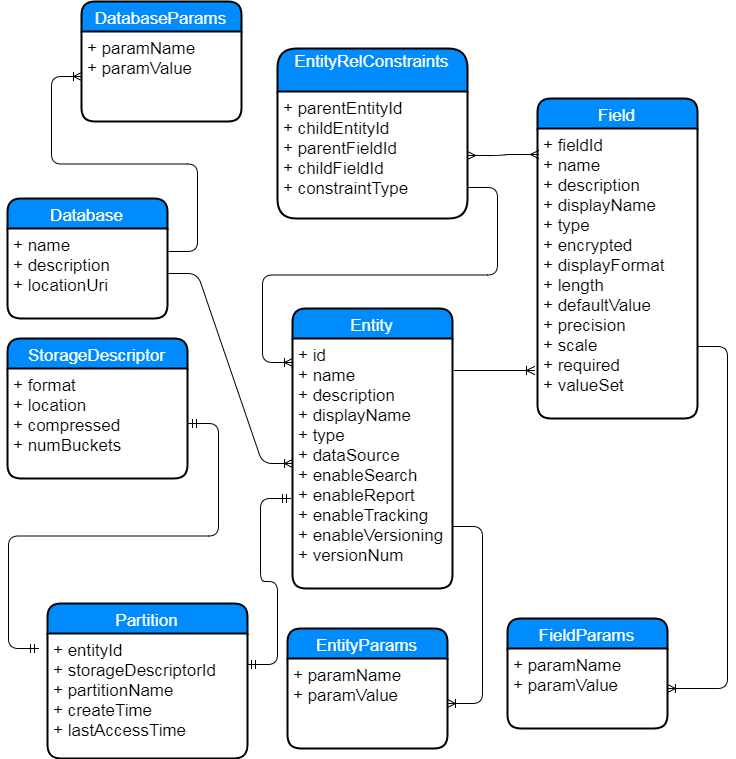
Earlier version of the draw.io export entity.png (sandhyaagarwal/diagrams). Source tidied: cells renumbered, new cells last; positions are measured from the earlier drawing's top-left corner, leaving out a move shared by most shapes.
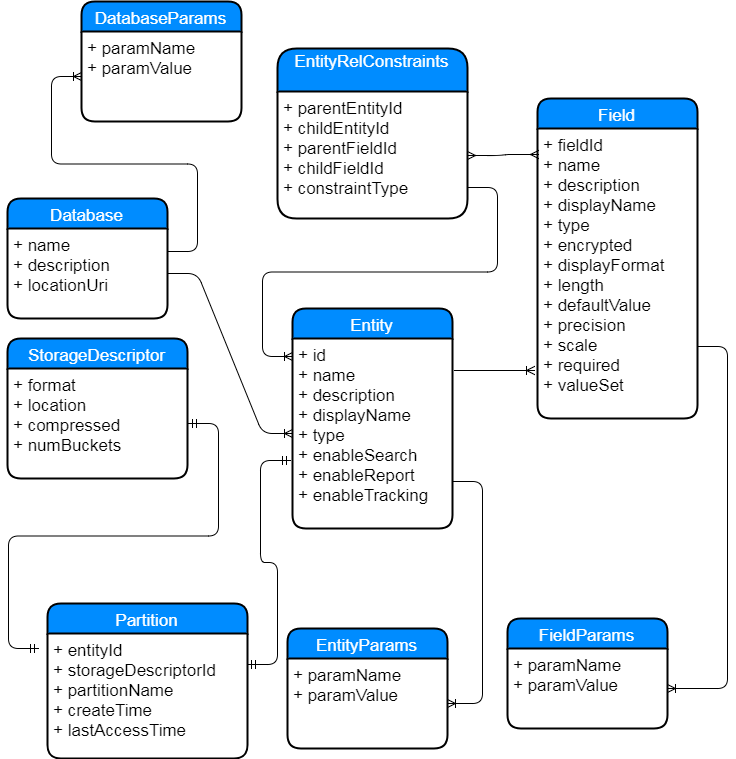
The same file after the commit.

Diff of the diagram source:
```diff
@@ -3,10 +3,10 @@
     <mxCell id="0" />
     <mxCell id="1" parent="0" />
     <mxCell id="2" value="Entity" style="swimlane;horizontal=1;startSize=30;fillColor=#008cff;fontColor=#FFFFFF;rounded=1;fontSize=17;fontStyle=0;strokeWidth=2;shadow=0;dashed=0;align=center;" parent="1" vertex="1">
-      <mxGeometry x="285" y="307" width="160" height="280" as="geometry" />
+      <mxGeometry x="285" y="307" width="160" height="220" as="geometry" />
     </mxCell>
-    <mxCell id="3" value="+ id&#10;+ name&#10;+ description&#10;+ displayName&#10;+ type&#10;+ dataSource&#10;+ enableSearch&#10;+ enableReport&#10;+ enableTracking&#10;+ enableVersioning&#10;+ versionNum" style="align=left;strokeColor=none;fillColor=none;spacingLeft=4;fontSize=17;verticalAlign=top;" parent="2" vertex="1">
-      <mxGeometry y="30" width="160" height="250" as="geometry" />
+    <mxCell id="3" value="+ id&#10;+ name&#10;+ description&#10;+ displayName&#10;+ type&#10;+ enableSearch&#10;+ enableReport&#10;+ enableTracking&#10;&#10;" style="align=left;strokeColor=none;fillColor=none;spacingLeft=4;fontSize=17;verticalAlign=top;" parent="2" vertex="1">
+      <mxGeometry y="30" width="160" height="190" as="geometry" />
     </mxCell>
     <mxCell id="4" style="edgeStyle=entityRelationEdgeStyle;html=1;endArrow=ERoneToMany;entryX=0.013;entryY=0.834;entryPerimeter=0;" parent="1" edge="1">
       <mxGeometry relative="1" as="geometry">
```
